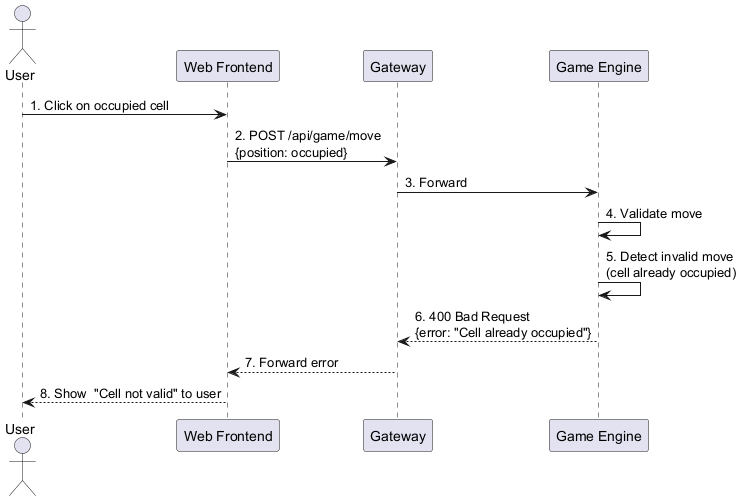
Before: images/Invalid Move.png, a diagram exported from PlantUML (Arquisoft/yovi_en2c).
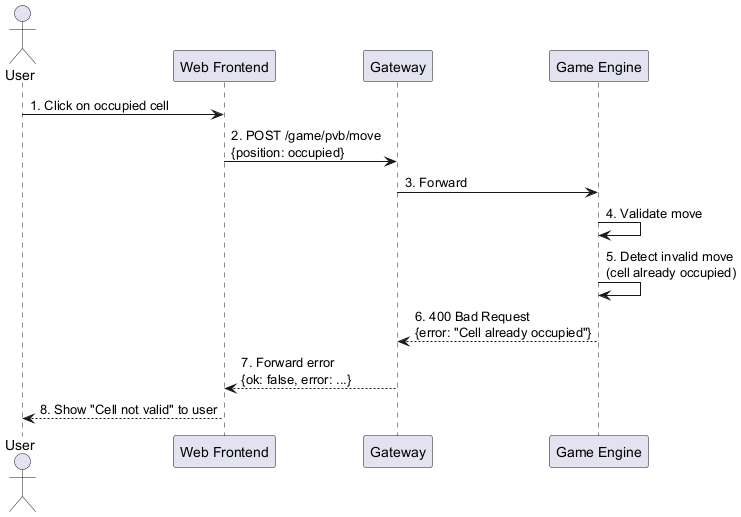
After the change.

What changed in the source:
```diff
@@ -5,13 +5,13 @@
 participant "Game Engine" as Gamey
 
 User -> Webapp: 1. Click on occupied cell
-Webapp -> Gateway: 2. POST /api/game/move\n{position: occupied}
+Webapp -> Gateway: 2. POST /game/pvb/move\n{position: occupied}
 Gateway -> Gamey: 3. Forward
 
 Gamey -> Gamey: 4. Validate move
 Gamey -> Gamey: 5. Detect invalid move\n(cell already occupied)
 
 Gamey --> Gateway: 6. 400 Bad Request\n{error: "Cell already occupied"}
-Gateway --> Webapp: 7. Forward error
-Webapp --> User: 8. Show  "Cell not valid" to user
+Gateway --> Webapp: 7. Forward error\n{ok: false, error: ...}
+Webapp --> User: 8. Show "Cell not valid" to user
 @enduml
```
